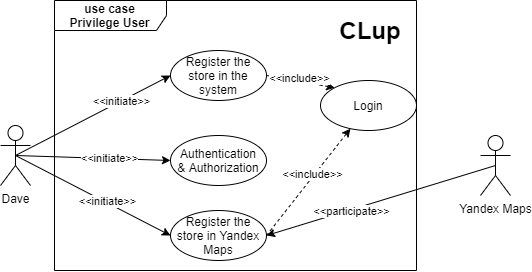
serynabatov/NabatovRozovShchukhlyi keeps this draw.io diagram as R&DD/Use case 3.png. Above is the earlier version. Source tidied: cells renumbered, new cells last; positions are measured from the earlier drawing's top-left corner, leaving out a move shared by most shapes.
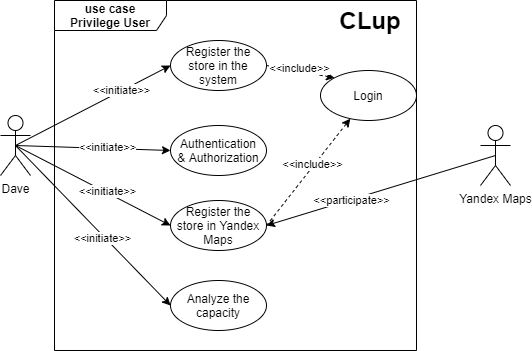
The same diagram one commit later.

Commit message:
Use case 3 (Analyze)

Diff of the diagram source:
```diff
@@ -5,34 +5,40 @@
     <mxCell id="2" style="edgeStyle=none;rounded=0;jettySize=auto;html=1;exitX=0.5;exitY=0.5;exitDx=0;exitDy=0;exitPerimeter=0;entryX=0;entryY=0.5;entryDx=0;entryDy=0;" parent="1" edge="1" source="8" target="16">
       <mxGeometry relative="1" as="geometry" />
     </mxCell>
-    <mxCell id="3" value="&amp;lt;&amp;lt;initiate&amp;gt;&amp;gt;" style="edgeLabel;html=1;align=center;verticalAlign=middle;" parent="2" vertex="1">
-      <mxGeometry x="0.17" y="2" relative="1" as="geometry" />
-    </mxCell>
+    <mxCell id="22" value="&amp;lt;&amp;lt;initiate&amp;gt;&amp;gt;" style="edgeLabel;html=1;align=center;verticalAlign=middle;" parent="2" vertex="1">
+      <mxGeometry x="0.17" y="2" relative="1" as="geometry" />
+    </mxCell>
     <mxCell id="4" style="edgeStyle=none;rounded=0;jettySize=auto;html=1;exitX=0.5;exitY=0.5;exitDx=0;exitDy=0;exitPerimeter=0;entryX=0;entryY=0.5;entryDx=0;entryDy=0;" parent="1" edge="1" source="8" target="12">
       <mxGeometry relative="1" as="geometry" />
     </mxCell>
-    <mxCell id="5" value="&amp;lt;&amp;lt;initiate&amp;gt;&amp;gt;" style="edgeLabel;html=1;align=center;verticalAlign=middle;" parent="4" vertex="1">
-      <mxGeometry x="0.19" y="1" relative="1" as="geometry" />
-    </mxCell>
+    <mxCell id="23" value="&amp;lt;&amp;lt;initiate&amp;gt;&amp;gt;" style="edgeLabel;html=1;align=center;verticalAlign=middle;" parent="4" vertex="1">
+      <mxGeometry x="0.19" y="1" relative="1" as="geometry" />
+    </mxCell>
     <mxCell id="6" style="edgeStyle=none;rounded=0;jettySize=auto;html=1;exitX=0.5;exitY=0.5;exitDx=0;exitDy=0;exitPerimeter=0;entryX=0;entryY=0.5;entryDx=0;entryDy=0;" parent="1" edge="1" source="8" target="11">
       <mxGeometry relative="1" as="geometry" />
     </mxCell>
-    <mxCell id="7" value="&amp;lt;&amp;lt;initiate&amp;gt;&amp;gt;" style="edgeLabel;html=1;align=center;verticalAlign=middle;" parent="6" vertex="1">
-      <mxGeometry x="-0.21" y="1" relative="1" as="geometry">
-        <mxPoint x="44.8" y="-22.8" as="offset" />
-      </mxGeometry>
-    </mxCell>
+    <mxCell id="24" value="&amp;lt;&amp;lt;initiate&amp;gt;&amp;gt;" style="edgeLabel;html=1;align=center;verticalAlign=middle;" parent="6" vertex="1">
+      <mxGeometry x="-0.21" y="1" relative="1" as="geometry">
+        <mxPoint x="44.8" y="-22.8" as="offset" />
+      </mxGeometry>
+    </mxCell>
+    <mxCell id="25" style="rounded=0;jettySize=auto;html=1;exitX=0.5;exitY=0.5;exitDx=0;exitDy=0;exitPerimeter=0;entryX=0;entryY=0.5;entryDx=0;entryDy=0;" parent="1" edge="1" source="8" target="29">
+      <mxGeometry relative="1" as="geometry" />
+    </mxCell>
+    <mxCell id="26" value="&amp;lt;&amp;lt;initiate&amp;gt;&amp;gt;" style="edgeLabel;html=1;align=center;verticalAlign=middle;" parent="25" vertex="1">
+      <mxGeometry x="0.14" y="-2" relative="1" as="geometry" />
+    </mxCell>
     <mxCell id="8" value="Dave" style="shape=umlActor;verticalLabelPosition=bottom;verticalAlign=top;html=1;outlineConnect=0;" parent="1" vertex="1">
       <mxGeometry y="125" width="30" height="60" as="geometry" />
     </mxCell>
     <mxCell id="9" style="rounded=0;jettySize=auto;html=1;exitX=1;exitY=0.5;exitDx=0;exitDy=0;entryX=0;entryY=0;entryDx=0;entryDy=0;dashed=1;" parent="1" edge="1" source="11" target="13">
       <mxGeometry relative="1" as="geometry" />
     </mxCell>
-    <mxCell id="10" value="&amp;lt;&amp;lt;include&amp;gt;&amp;gt;" style="edgeLabel;html=1;align=center;verticalAlign=middle;" parent="9" vertex="1">
-      <mxGeometry x="-0.42" y="-1" relative="1" as="geometry">
-        <mxPoint x="13" y="-1.7" as="offset" />
-      </mxGeometry>
-    </mxCell>
+    <mxCell id="27" value="&amp;lt;&amp;lt;include&amp;gt;&amp;gt;" style="edgeLabel;html=1;align=center;verticalAlign=middle;" parent="9" vertex="1">
+      <mxGeometry x="-0.42" y="-1" relative="1" as="geometry">
+        <mxPoint x="13" y="-1.7" as="offset" />
+      </mxGeometry>
+    </mxCell>
     <mxCell id="11" value="Register the store in the system" style="ellipse;whiteSpace=wrap;html=1;" parent="1" vertex="1">
       <mxGeometry x="170" y="50" width="96" height="50" as="geometry" />
     </mxCell>
@@ -45,9 +51,9 @@
     <mxCell id="14" style="edgeStyle=none;rounded=0;jettySize=auto;html=1;exitX=1;exitY=0.5;exitDx=0;exitDy=0;dashed=1;" parent="1" edge="1" source="16" target="13">
       <mxGeometry relative="1" as="geometry" />
     </mxCell>
-    <mxCell id="15" value="&amp;lt;&amp;lt;include&amp;gt;&amp;gt;" style="edgeLabel;html=1;align=center;verticalAlign=middle;" parent="14" vertex="1">
-      <mxGeometry x="0.13" y="2" relative="1" as="geometry" />
-    </mxCell>
+    <mxCell id="28" value="&amp;lt;&amp;lt;include&amp;gt;&amp;gt;" style="edgeLabel;html=1;align=center;verticalAlign=middle;" parent="14" vertex="1">
+      <mxGeometry x="0.13" y="2" relative="1" as="geometry" />
+    </mxCell>
     <mxCell id="16" value="Register the store in Yandex Maps" style="ellipse;whiteSpace=wrap;html=1;" parent="1" vertex="1">
       <mxGeometry x="170" y="210" width="96" height="50" as="geometry" />
     </mxCell>
@@ -66,7 +72,10 @@
       <mxGeometry x="350" y="20" width="40" height="20" as="geometry" />
     </mxCell>
     <mxCell id="21" value="&lt;b&gt;use case&lt;br&gt;Privilege User&lt;br&gt;&lt;/b&gt;" style="shape=umlFrame;whiteSpace=wrap;html=1;width=112;height=30;" parent="1" vertex="1">
-      <mxGeometry x="54" width="362" height="270" as="geometry" />
+      <mxGeometry x="54" y="10" width="362" height="350" as="geometry" />
     </mxCell>
+    <mxCell id="29" value="Analyze the capacity" style="ellipse;whiteSpace=wrap;html=1;" parent="1" vertex="1">
+      <mxGeometry x="170" y="290" width="96" height="50" as="geometry" />
+    </mxCell>
   </root>
 </mxGraphModel>
```
